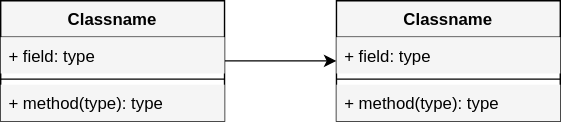
This is module_13/lab13.drawio.svg from Styans/design_patterns_su, a draw.io export, as it was before one commit. Source tidied: cells renumbered, new cells last; positions are measured from the earlier drawing's top-left corner, leaving out a move shared by most shapes.
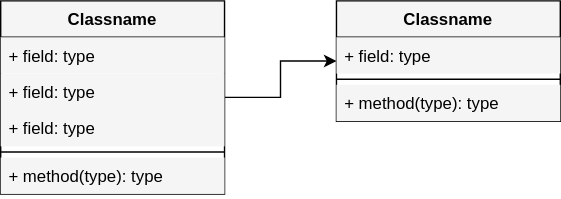
The same diagram one commit later.

Change to the diagram source:
```diff
@@ -6,16 +6,22 @@
       <mxGeometry relative="1" as="geometry" />
     </mxCell>
     <mxCell id="3" value="Classname" style="swimlane;fontStyle=1;align=center;verticalAlign=top;horizontal=1;startSize=26;whiteSpace=wrap;html=1;fillColor=#F5F5F5;" parent="1" vertex="1">
-      <mxGeometry width="160" height="86" as="geometry" />
+      <mxGeometry width="160" height="138" as="geometry" />
     </mxCell>
+    <mxCell id="11" value="+ field: type" style="text;strokeColor=none;fillColor=#F5F5F5;align=left;verticalAlign=top;spacingLeft=4;spacingRight=4;overflow=hidden;whiteSpace=wrap;html=1;" parent="3" vertex="1">
+      <mxGeometry y="26" width="160" height="26" as="geometry" />
+    </mxCell>
+    <mxCell id="12" value="+ field: type" style="text;strokeColor=none;fillColor=#F5F5F5;align=left;verticalAlign=top;spacingLeft=4;spacingRight=4;overflow=hidden;whiteSpace=wrap;html=1;" parent="3" vertex="1">
+      <mxGeometry y="52" width="160" height="26" as="geometry" />
+    </mxCell>
     <mxCell id="4" value="+ field: type" style="text;strokeColor=none;fillColor=#F5F5F5;align=left;verticalAlign=top;spacingLeft=4;spacingRight=4;overflow=hidden;whiteSpace=wrap;html=1;" parent="3" vertex="1">
-      <mxGeometry y="26" width="160" height="26" as="geometry" />
+      <mxGeometry y="78" width="160" height="26" as="geometry" />
     </mxCell>
     <mxCell id="5" style="line;strokeWidth=1;fillColor=#F5F5F5;align=left;verticalAlign=middle;spacingTop=-1;spacingLeft=3;spacingRight=3;labelPosition=right;strokeColor=inherit;" parent="3" vertex="1">
-      <mxGeometry y="52" width="160" height="8" as="geometry" />
+      <mxGeometry y="104" width="160" height="8" as="geometry" />
     </mxCell>
     <mxCell id="6" value="+ method(type): type" style="text;strokeColor=none;fillColor=#F5F5F5;align=left;verticalAlign=top;spacingLeft=4;spacingRight=4;overflow=hidden;whiteSpace=wrap;html=1;" parent="3" vertex="1">
-      <mxGeometry y="60" width="160" height="26" as="geometry" />
+      <mxGeometry y="112" width="160" height="26" as="geometry" />
     </mxCell>
     <mxCell id="7" value="Classname" style="swimlane;fontStyle=1;align=center;verticalAlign=top;horizontal=1;startSize=26;whiteSpace=wrap;html=1;fillColor=#F5F5F5;" parent="1" vertex="1">
       <mxGeometry x="240" width="160" height="86" as="geometry" />
```
